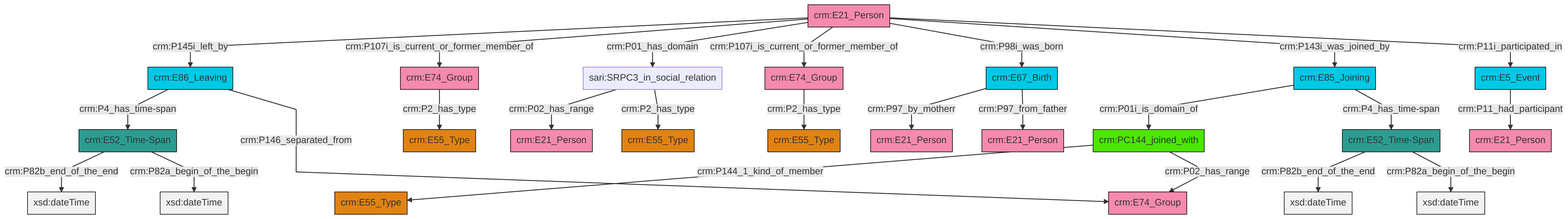
Above: et/personCSV/ttl/mmd/png/Person_Actor_Relations.png in swiss-art-research-net/docs.swissartresearch (Mermaid), before the change. Its source is kept beside it as et/personCSV/ttl/mmd/Person_Actor_Relations.ttl.mmd.
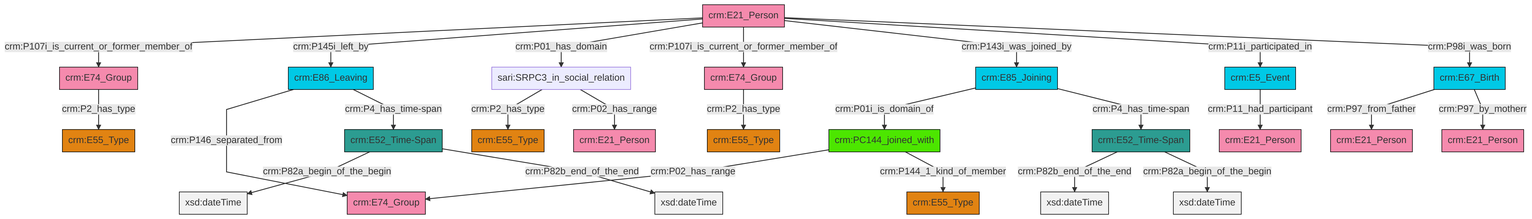
Above is the later version.

Diff of the diagram source:
```diff
@@ -13,27 +13,27 @@
 classDef PC_Classes fill:#4ce600, stroke:#000000;
 classDef Multi fill:#cccccc,stroke:#000000;
 
-2["crm:E21_Person"]:::Actor -->|crm:P145i_left_by| 3["crm:E86_Leaving"]:::Temporal_Entity
-6["crm:PC144_joined_with"]:::PC_Classes -->|crm:P144_1_kind_of_member| 7["crm:E55_Type"]:::Type
-12["crm:E74_Group"]:::Actor -->|crm:P2_has_type| 8["crm:E55_Type"]:::Type
-13["crm:E74_Group"]:::Actor -->|crm:P2_has_type| 14["crm:E55_Type"]:::Type
-10["crm:E85_Joining"]:::Temporal_Entity -->|crm:P01i_is_domain_of| 6["crm:PC144_joined_with"]:::PC_Classes
-4["crm:E52_Time-Span"]:::Time-Span -->|crm:P82b_end_of_the_end| 16[xsd:dateTime]:::Literal
-2["crm:E21_Person"]:::Actor -->|crm:P107i_is_current_or_former_member_of| 12["crm:E74_Group"]:::Actor
-2["crm:E21_Person"]:::Actor -->|crm:P01_has_domain| 20["sari:SRPC3_in_social_relation"]:::Default
-18["crm:E52_Time-Span"]:::Time-Span -->|crm:P82b_end_of_the_end| 21[xsd:dateTime]:::Literal
-25["crm:E5_Event"]:::Temporal_Entity -->|crm:P11_had_participant| 26["crm:E21_Person"]:::Actor
-0["crm:E67_Birth"]:::Temporal_Entity -->|crm:P97_by_motherr| 27["crm:E21_Person"]:::Actor
-0["crm:E67_Birth"]:::Temporal_Entity -->|crm:P97_from_father| 22["crm:E21_Person"]:::Actor
-18["crm:E52_Time-Span"]:::Time-Span -->|crm:P82a_begin_of_the_begin| 28[xsd:dateTime]:::Literal
-10["crm:E85_Joining"]:::Temporal_Entity -->|crm:P4_has_time-span| 4["crm:E52_Time-Span"]:::Time-Span
-2["crm:E21_Person"]:::Actor -->|crm:P107i_is_current_or_former_member_of| 13["crm:E74_Group"]:::Actor
-3["crm:E86_Leaving"]:::Temporal_Entity -->|crm:P4_has_time-span| 18["crm:E52_Time-Span"]:::Time-Span
-4["crm:E52_Time-Span"]:::Time-Span -->|crm:P82a_begin_of_the_begin| 32[xsd:dateTime]:::Literal
-2["crm:E21_Person"]:::Actor -->|crm:P98i_was_born| 0["crm:E67_Birth"]:::Temporal_Entity
-2["crm:E21_Person"]:::Actor -->|crm:P143i_was_joined_by| 10["crm:E85_Joining"]:::Temporal_Entity
-20["sari:SRPC3_in_social_relation"]:::Default -->|crm:P02_has_range| 33["crm:E21_Person"]:::Actor
-6["crm:PC144_joined_with"]:::PC_Classes -->|crm:P02_has_range| 29["crm:E74_Group"]:::Actor
-2["crm:E21_Person"]:::Actor -->|crm:P11i_participated_in| 25["crm:E5_Event"]:::Temporal_Entity
-3["crm:E86_Leaving"]:::Temporal_Entity -->|crm:P146_separated_from| 29["crm:E74_Group"]:::Actor
-20["sari:SRPC3_in_social_relation"]:::Default -->|crm:P2_has_type| 36["crm:E55_Type"]:::Type
+4["crm:E85_Joining"]:::Temporal_Entity -->|crm:P01i_is_domain_of| 5["crm:PC144_joined_with"]:::PC_Classes
+6["crm:E21_Person"]:::Actor -->|crm:P107i_is_current_or_former_member_of| 7["crm:E74_Group"]:::Actor
+6["crm:E21_Person"]:::Actor -->|crm:P145i_left_by| 2["crm:E86_Leaving"]:::Temporal_Entity
+5["crm:PC144_joined_with"]:::PC_Classes -->|crm:P02_has_range| 10["crm:E74_Group"]:::Actor
+11["sari:SRPC3_in_social_relation"]:::Default -->|crm:P2_has_type| 12["crm:E55_Type"]:::Type
+14["crm:E52_Time-Span"]:::Time-Span -->|crm:P82b_end_of_the_end| 15[xsd:dateTime]:::Literal
+6["crm:E21_Person"]:::Actor -->|crm:P01_has_domain| 11["sari:SRPC3_in_social_relation"]:::Default
+6["crm:E21_Person"]:::Actor -->|crm:P107i_is_current_or_former_member_of| 0["crm:E74_Group"]:::Actor
+19["crm:E5_Event"]:::Temporal_Entity -->|crm:P11_had_participant| 21["crm:E21_Person"]:::Actor
+6["crm:E21_Person"]:::Actor -->|crm:P143i_was_joined_by| 4["crm:E85_Joining"]:::Temporal_Entity
+23["crm:E67_Birth"]:::Temporal_Entity -->|crm:P97_from_father| 24["crm:E21_Person"]:::Actor
+26["crm:E52_Time-Span"]:::Time-Span -->|crm:P82a_begin_of_the_begin| 27[xsd:dateTime]:::Literal
+26["crm:E52_Time-Span"]:::Time-Span -->|crm:P82b_end_of_the_end| 28[xsd:dateTime]:::Literal
+0["crm:E74_Group"]:::Actor -->|crm:P2_has_type| 29["crm:E55_Type"]:::Type
+6["crm:E21_Person"]:::Actor -->|crm:P11i_participated_in| 19["crm:E5_Event"]:::Temporal_Entity
+23["crm:E67_Birth"]:::Temporal_Entity -->|crm:P97_by_motherr| 35["crm:E21_Person"]:::Actor
+2["crm:E86_Leaving"]:::Temporal_Entity -->|crm:P146_separated_from| 10["crm:E74_Group"]:::Actor
+14["crm:E52_Time-Span"]:::Time-Span -->|crm:P82a_begin_of_the_begin| 37[xsd:dateTime]:::Literal
+6["crm:E21_Person"]:::Actor -->|crm:P98i_was_born| 23["crm:E67_Birth"]:::Temporal_Entity
+11["sari:SRPC3_in_social_relation"]:::Default -->|crm:P02_has_range| 8["crm:E21_Person"]:::Actor
+2["crm:E86_Leaving"]:::Temporal_Entity -->|crm:P4_has_time-span| 26["crm:E52_Time-Span"]:::Time-Span
+5["crm:PC144_joined_with"]:::PC_Classes -->|crm:P144_1_kind_of_member| 16["crm:E55_Type"]:::Type
+7["crm:E74_Group"]:::Actor -->|crm:P2_has_type| 32["crm:E55_Type"]:::Type
+4["crm:E85_Joining"]:::Temporal_Entity -->|crm:P4_has_time-span| 14["crm:E52_Time-Span"]:::Time-Span
```
